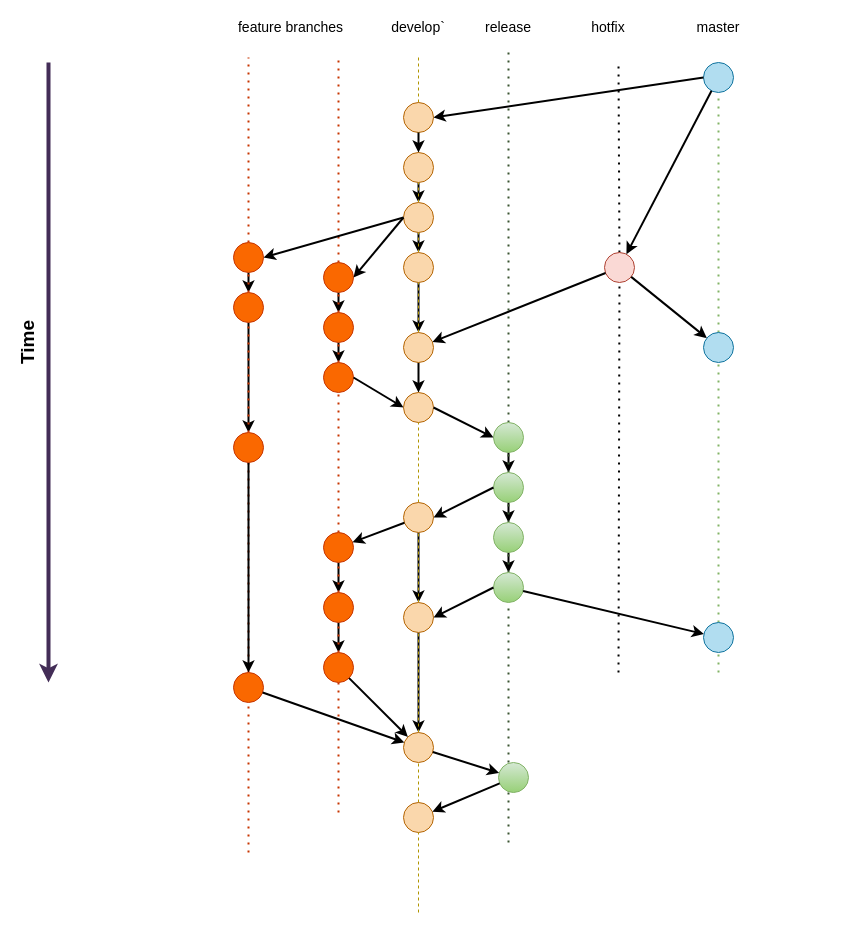
This is Branching System.drawio from roushanatlcci/testRepo, a draw.io file, before an edit. Source tidied: cells renumbered, new cells numbered last; positions are measured from the earlier drawing's top-left corner, leaving out a move shared by most shapes. Both pictures are drawn from the tidied source at 100%, with x=0, y=0 at pixel (8, 17).
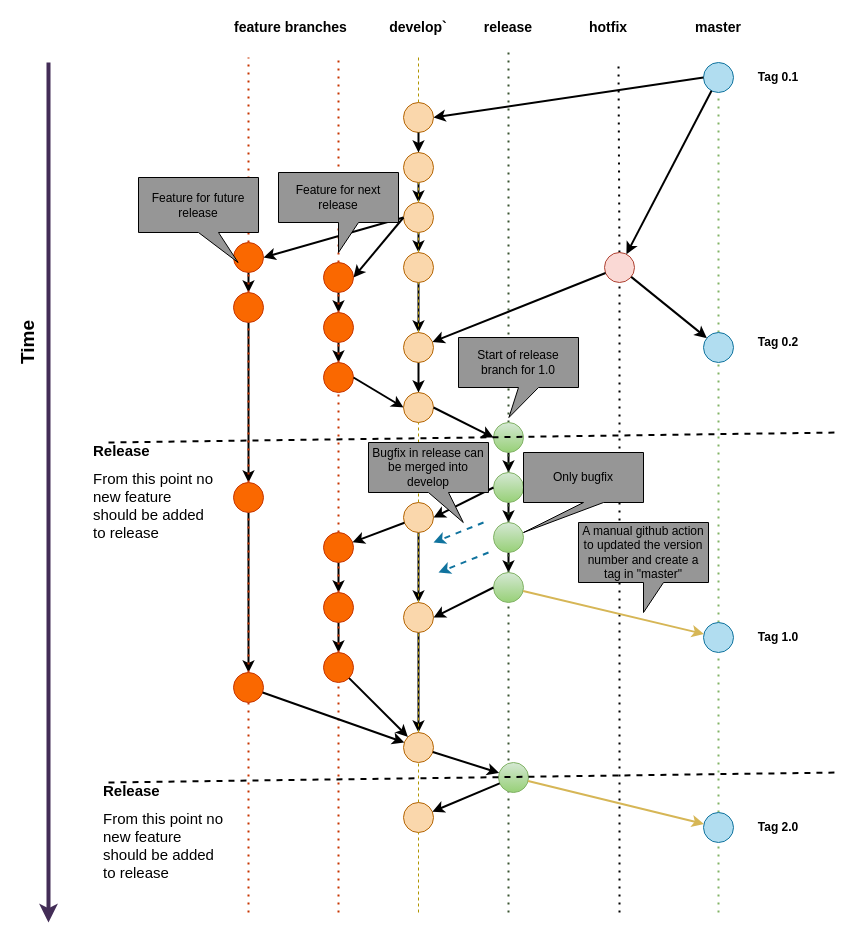
The same diagram, later.

Unchanged cells that the change refers to:
```xml
<mxCell id="41" style="ellipse;whiteSpace=wrap;html=1;fillColor=#fad9d5;strokeColor=#ae4132;" parent="1" vertex="1">
  <mxGeometry x="596" y="235" width="30" height="30" as="geometry" />
</mxCell>
<mxCell id="51" style="ellipse;whiteSpace=wrap;html=1;fillColor=#fa6800;strokeColor=#C73500;fontColor=#000000;" parent="1" vertex="1">
  <mxGeometry x="225" y="275" width="30" height="30" as="geometry" />
</mxCell>
<mxCell id="69" style="ellipse;whiteSpace=wrap;html=1;fillColor=#d5e8d4;strokeColor=#82b366;gradientColor=#97d077;" parent="1" vertex="1">
  <mxGeometry x="485" y="555" width="30" height="30" as="geometry" />
</mxCell>
<mxCell id="82" style="ellipse;whiteSpace=wrap;html=1;fillColor=#fa6800;strokeColor=#C73500;fontColor=#000000;" parent="1" vertex="1">
  <mxGeometry x="315" y="635" width="30" height="30" as="geometry" />
</mxCell>
<mxCell id="87" style="ellipse;whiteSpace=wrap;html=1;fillColor=#fa6800;strokeColor=#C73500;fontColor=#000000;" parent="1" vertex="1">
  <mxGeometry x="225" y="655" width="30" height="30" as="geometry" />
</mxCell>
<mxCell id="95" style="ellipse;whiteSpace=wrap;html=1;fillColor=#b1ddf0;strokeColor=#10739e;" parent="1" vertex="1">
  <mxGeometry x="695" y="605" width="30" height="30" as="geometry" />
</mxCell>
<mxCell id="98" style="ellipse;whiteSpace=wrap;html=1;fillColor=#d5e8d4;strokeColor=#82b366;gradientColor=#97d077;" parent="1" vertex="1">
  <mxGeometry x="490" y="745" width="30" height="30" as="geometry" />
</mxCell>
```

Diff of the diagram source:
```diff
@@
-    <mxCell id="3" value="&lt;font style=&quot;font-size: 14px&quot;&gt;master&lt;/font&gt;" style="text;html=1;strokeColor=none;fillColor=none;align=center;verticalAlign=middle;whiteSpace=wrap;rounded=0;" parent="1" vertex="1">
+    <mxCell id="3" value="&lt;font style=&quot;font-size: 14px&quot;&gt;&lt;b&gt;master&lt;/b&gt;&lt;/font&gt;" style="text;html=1;strokeColor=none;fillColor=none;align=center;verticalAlign=middle;whiteSpace=wrap;rounded=0;" parent="1" vertex="1">
       <mxGeometry x="690" width="40" height="20" as="geometry" />
     </mxCell>
@@
-    <mxCell id="5" value="&lt;font style=&quot;font-size: 14px&quot;&gt;develop`&lt;/font&gt;" style="text;html=1;strokeColor=none;fillColor=none;align=center;verticalAlign=middle;whiteSpace=wrap;rounded=0;" parent="1" vertex="1">
+    <mxCell id="5" value="&lt;font style=&quot;font-size: 14px&quot;&gt;&lt;b&gt;develop`&lt;/b&gt;&lt;/font&gt;" style="text;html=1;strokeColor=none;fillColor=none;align=center;verticalAlign=middle;whiteSpace=wrap;rounded=0;" parent="1" vertex="1">
       <mxGeometry x="380" width="60" height="20" as="geometry" />
     </mxCell>
@@
-    <mxCell id="7" value="&lt;font style=&quot;font-size: 14px&quot;&gt;feature branches&lt;/font&gt;" style="text;html=1;strokeColor=none;fillColor=none;align=center;verticalAlign=middle;whiteSpace=wrap;rounded=0;" parent="1" vertex="1">
+    <mxCell id="7" value="&lt;font style=&quot;font-size: 14px&quot;&gt;&lt;b&gt;feature branches&lt;/b&gt;&lt;/font&gt;" style="text;html=1;strokeColor=none;fillColor=none;align=center;verticalAlign=middle;whiteSpace=wrap;rounded=0;" parent="1" vertex="1">
       <mxGeometry x="210" width="145" height="20" as="geometry" />
     </mxCell>
@@
     <mxCell id="9" style="endArrow=classic;html=1;fillColor=#76608a;strokeColor=#432D57;strokeWidth=4;" parent="1" edge="1">
       <mxGeometry relative="1" as="geometry">
         <mxPoint x="40" y="45" as="sourcePoint" />
-        <mxPoint x="40" y="665" as="targetPoint" />
+        <mxPoint x="40" y="905" as="targetPoint" />
         <Array as="points">
           <mxPoint x="40" y="335" />
         </Array>
       </mxGeometry>
     </mxCell>
@@
-    <mxCell id="12" value="&lt;font style=&quot;font-size: 14px&quot;&gt;release&lt;/font&gt;" style="text;html=1;strokeColor=none;fillColor=none;align=center;verticalAlign=middle;whiteSpace=wrap;rounded=0;" parent="1" vertex="1">
+    <mxCell id="12" value="&lt;font style=&quot;font-size: 14px&quot;&gt;&lt;b&gt;release&lt;/b&gt;&lt;/font&gt;" style="text;html=1;strokeColor=none;fillColor=none;align=center;verticalAlign=middle;whiteSpace=wrap;rounded=0;" parent="1" vertex="1">
       <mxGeometry x="480" width="40" height="20" as="geometry" />
     </mxCell>
@@
-    <mxCell id="14" value="&lt;font style=&quot;font-size: 14px&quot;&gt;hotfix&lt;/font&gt;" style="text;html=1;strokeColor=none;fillColor=none;align=center;verticalAlign=middle;whiteSpace=wrap;rounded=0;" parent="1" vertex="1">
+    <mxCell id="14" value="&lt;font style=&quot;font-size: 14px&quot;&gt;&lt;b&gt;hotfix&lt;/b&gt;&lt;/font&gt;" style="text;html=1;strokeColor=none;fillColor=none;align=center;verticalAlign=middle;whiteSpace=wrap;rounded=0;" parent="1" vertex="1">
       <mxGeometry x="580" width="40" height="20" as="geometry" />
     </mxCell>
@@
     <mxCell id="42" style="endArrow=none;dashed=1;html=1;dashPattern=1 3;strokeWidth=2;" parent="1" edge="1" target="41">
       <mxGeometry relative="1" as="geometry">
-        <mxPoint x="610" y="655" as="sourcePoint" />
+        <mxPoint x="611" y="895" as="sourcePoint" />
       </mxGeometry>
     </mxCell>
@@
-    <mxCell id="52" style="endArrow=none;dashed=1;html=1;dashPattern=1 3;strokeWidth=2;fillColor=#fa6800;strokeColor=#C73500;startArrow=none;" parent="1" edge="1" source="87" target="51">
+    <mxCell id="52" style="endArrow=none;dashed=1;html=1;dashPattern=1 3;strokeWidth=2;fillColor=#fa6800;strokeColor=#C73500;startArrow=none;" parent="1" edge="1" source="54" target="51">
       <mxGeometry relative="1" as="geometry" />
     </mxCell>
@@
-    <mxCell id="54" style="ellipse;whiteSpace=wrap;html=1;fillColor=#fa6800;strokeColor=#C73500;fontColor=#000000;" parent="1" vertex="1">
-      <mxGeometry x="225" y="415" width="30" height="30" as="geometry" />
-    </mxCell>
@@
     <mxCell id="70" style="endArrow=none;dashed=1;html=1;dashPattern=1 3;strokeWidth=2;fillColor=#6d8764;strokeColor=#3A5431;" parent="1" edge="1" target="69">
       <mxGeometry relative="1" as="geometry">
-        <mxPoint x="500" y="825" as="sourcePoint" />
+        <mxPoint x="500" y="895" as="sourcePoint" />
       </mxGeometry>
     </mxCell>
@@
     <mxCell id="83" style="endArrow=none;dashed=1;html=1;dashPattern=1 3;strokeWidth=2;fillColor=#fa6800;strokeColor=#C73500;" parent="1" edge="1" target="82">
       <mxGeometry relative="1" as="geometry">
-        <mxPoint x="330" y="795" as="sourcePoint" />
+        <mxPoint x="330" y="895" as="sourcePoint" />
       </mxGeometry>
     </mxCell>
@@
     <mxCell id="88" style="endArrow=none;dashed=1;html=1;dashPattern=1 3;strokeWidth=2;fillColor=#fa6800;strokeColor=#C73500;" parent="1" edge="1" target="87">
       <mxGeometry relative="1" as="geometry">
-        <mxPoint x="240" y="835" as="sourcePoint" />
+        <mxPoint x="240" y="895" as="sourcePoint" />
       </mxGeometry>
     </mxCell>
@@
-    <mxCell id="96" style="endArrow=none;dashed=1;html=1;dashPattern=1 3;strokeWidth=2;gradientColor=#97d077;fillColor=#d5e8d4;strokeColor=#82b366;" parent="1" edge="1" target="95">
-      <mxGeometry relative="1" as="geometry">
-        <mxPoint x="710" y="655" as="sourcePoint" />
-      </mxGeometry>
+    <mxCell id="96" style="endArrow=none;dashed=1;html=1;dashPattern=1 3;strokeWidth=2;gradientColor=#97d077;fillColor=#d5e8d4;strokeColor=#82b366;startArrow=none;" parent="1" edge="1" source="103" target="95">
+      <mxGeometry relative="1" as="geometry" />
     </mxCell>
-    <mxCell id="97" style="endArrow=classic;html=1;strokeWidth=2;" parent="1" edge="1" source="69" target="95">
+    <mxCell id="97" style="endArrow=classic;html=1;strokeWidth=2;gradientColor=#ffd966;fillColor=#fff2cc;strokeColor=#d6b656;" parent="1" edge="1" source="69" target="95">
       <mxGeometry relative="1" as="geometry" />
     </mxCell>
@@
+    <mxCell id="103" style="ellipse;whiteSpace=wrap;html=1;fillColor=#b1ddf0;strokeColor=#10739e;" parent="1" vertex="1">
+      <mxGeometry x="695" y="795" width="30" height="30" as="geometry" />
+    </mxCell>
+    <mxCell id="104" style="endArrow=none;dashed=1;html=1;dashPattern=1 3;strokeWidth=2;gradientColor=#97d077;fillColor=#d5e8d4;strokeColor=#82b366;" parent="1" edge="1" target="103">
+      <mxGeometry relative="1" as="geometry">
+        <mxPoint x="710" y="895" as="sourcePoint" />
+      </mxGeometry>
+    </mxCell>
+    <mxCell id="105" style="endArrow=classic;html=1;strokeWidth=2;gradientColor=#ffd966;fillColor=#fff2cc;strokeColor=#d6b656;" parent="1" edge="1" source="98" target="103">
+      <mxGeometry relative="1" as="geometry" />
+    </mxCell>
+    <mxCell id="106" value="&lt;b&gt;Tag 0.1&lt;/b&gt;" style="text;html=1;strokeColor=none;fillColor=none;align=center;verticalAlign=middle;whiteSpace=wrap;rounded=0;" parent="1" vertex="1">
+      <mxGeometry x="740" y="50" width="60" height="20" as="geometry" />
+    </mxCell>
+    <mxCell id="107" value="&lt;b&gt;Tag 0.2&lt;/b&gt;" style="text;html=1;strokeColor=none;fillColor=none;align=center;verticalAlign=middle;whiteSpace=wrap;rounded=0;" parent="1" vertex="1">
+      <mxGeometry x="740" y="315" width="60" height="20" as="geometry" />
+    </mxCell>
+    <mxCell id="108" value="&lt;b&gt;Tag 1.0&lt;/b&gt;" style="text;html=1;strokeColor=none;fillColor=none;align=center;verticalAlign=middle;whiteSpace=wrap;rounded=0;" parent="1" vertex="1">
+      <mxGeometry x="740" y="610" width="60" height="20" as="geometry" />
+    </mxCell>
+    <mxCell id="109" value="&lt;b&gt;Tag 2.0&lt;/b&gt;" style="text;html=1;strokeColor=none;fillColor=none;align=center;verticalAlign=middle;whiteSpace=wrap;rounded=0;" parent="1" vertex="1">
+      <mxGeometry x="740" y="800" width="60" height="20" as="geometry" />
+    </mxCell>
+    <mxCell id="110" value="&lt;span&gt;Feature for next release&lt;/span&gt;" style="shape=callout;whiteSpace=wrap;html=1;perimeter=calloutPerimeter;fillColor=#969696;" parent="1" vertex="1">
+      <mxGeometry x="270" y="155" width="120" height="80" as="geometry" />
+    </mxCell>
+    <mxCell id="111" value="&lt;span&gt;Feature for future release&lt;/span&gt;" style="shape=callout;whiteSpace=wrap;html=1;perimeter=calloutPerimeter;fillColor=#969696;position2=0.83;" parent="1" vertex="1">
+      <mxGeometry x="130" y="160" width="120" height="85" as="geometry" />
+    </mxCell>
+    <mxCell id="112" style="endArrow=classic;html=1;strokeWidth=2;fillColor=#b1ddf0;strokeColor=#10739e;dashed=1;" parent="1" edge="1">
+      <mxGeometry relative="1" as="geometry">
+        <mxPoint x="475" y="505" as="sourcePoint" />
+        <mxPoint x="425" y="525" as="targetPoint" />
+      </mxGeometry>
+    </mxCell>
+    <mxCell id="113" style="endArrow=classic;html=1;strokeWidth=2;fillColor=#b1ddf0;strokeColor=#10739e;dashed=1;" parent="1" edge="1">
+      <mxGeometry relative="1" as="geometry">
+        <mxPoint x="480" y="535" as="sourcePoint" />
+        <mxPoint x="430" y="555" as="targetPoint" />
+      </mxGeometry>
+    </mxCell>
+    <mxCell id="114" value="Only bugfix" style="shape=callout;whiteSpace=wrap;html=1;perimeter=calloutPerimeter;fillColor=#969696;gradientColor=none;position2=0;" parent="1" vertex="1">
+      <mxGeometry x="515" y="435" width="120" height="80" as="geometry" />
+    </mxCell>
+    <mxCell id="115" value="Start of release branch for 1.0" style="shape=callout;whiteSpace=wrap;html=1;perimeter=calloutPerimeter;fillColor=#969696;gradientColor=none;position2=0.42;" parent="1" vertex="1">
+      <mxGeometry x="450" y="320" width="120" height="80" as="geometry" />
+    </mxCell>
+    <mxCell id="116" value="Bugfix in release can be merged into develop" style="shape=callout;whiteSpace=wrap;html=1;perimeter=calloutPerimeter;fillColor=#969696;gradientColor=none;position2=0.79;" parent="1" vertex="1">
+      <mxGeometry x="360" y="425" width="120" height="80" as="geometry" />
+    </mxCell>
+    <mxCell id="54" style="ellipse;whiteSpace=wrap;html=1;fillColor=#fa6800;strokeColor=#C73500;fontColor=#000000;" parent="1" vertex="1">
+      <mxGeometry x="225" y="465" width="30" height="30" as="geometry" />
+    </mxCell>
+    <mxCell id="117" style="endArrow=none;dashed=1;html=1;dashPattern=1 3;strokeWidth=2;fillColor=#fa6800;strokeColor=#C73500;startArrow=none;" parent="1" edge="1" source="87" target="54">
+      <mxGeometry relative="1" as="geometry" />
+    </mxCell>
+    <mxCell id="118" style="endArrow=none;dashed=1;html=1;strokeWidth=2;" parent="1" edge="1">
+      <mxGeometry relative="1" as="geometry">
+        <mxPoint x="100" y="425" as="sourcePoint" />
+        <mxPoint x="830" y="415" as="targetPoint" />
+      </mxGeometry>
+    </mxCell>
+    <mxCell id="119" value="&lt;h1 style=&quot;font-size: 15px&quot;&gt;&lt;font style=&quot;font-size: 15px&quot;&gt;Release&lt;/font&gt;&lt;/h1&gt;&lt;div style=&quot;font-size: 15px&quot;&gt;From this point no new feature should be added to release&lt;/div&gt;" style="text;html=1;strokeColor=none;fillColor=none;spacing=5;spacingTop=-20;whiteSpace=wrap;overflow=hidden;rounded=0;" parent="1" vertex="1">
+      <mxGeometry x="80" y="425" width="130" height="100" as="geometry" />
+    </mxCell>
+    <mxCell id="120" style="endArrow=none;dashed=1;html=1;strokeWidth=2;" parent="1" edge="1">
+      <mxGeometry relative="1" as="geometry">
+        <mxPoint x="100" y="765" as="sourcePoint" />
+        <mxPoint x="830" y="755" as="targetPoint" />
+      </mxGeometry>
+    </mxCell>
+    <mxCell id="121" value="&lt;h1 style=&quot;font-size: 15px&quot;&gt;&lt;font style=&quot;font-size: 15px&quot;&gt;Release&lt;/font&gt;&lt;/h1&gt;&lt;div style=&quot;font-size: 15px&quot;&gt;From this point no new feature should be added to release&lt;/div&gt;" style="text;html=1;strokeColor=none;fillColor=none;spacing=5;spacingTop=-20;whiteSpace=wrap;overflow=hidden;rounded=0;" parent="1" vertex="1">
+      <mxGeometry x="90" y="765" width="130" height="100" as="geometry" />
+    </mxCell>
+    <mxCell id="122" value="A manual github action to updated the version number and create a tag in &quot;master&quot;" style="shape=callout;whiteSpace=wrap;html=1;perimeter=calloutPerimeter;fillColor=#969696;gradientColor=none;" parent="1" vertex="1">
+      <mxGeometry x="570" y="505" width="130" height="90" as="geometry" />
+    </mxCell>
```
